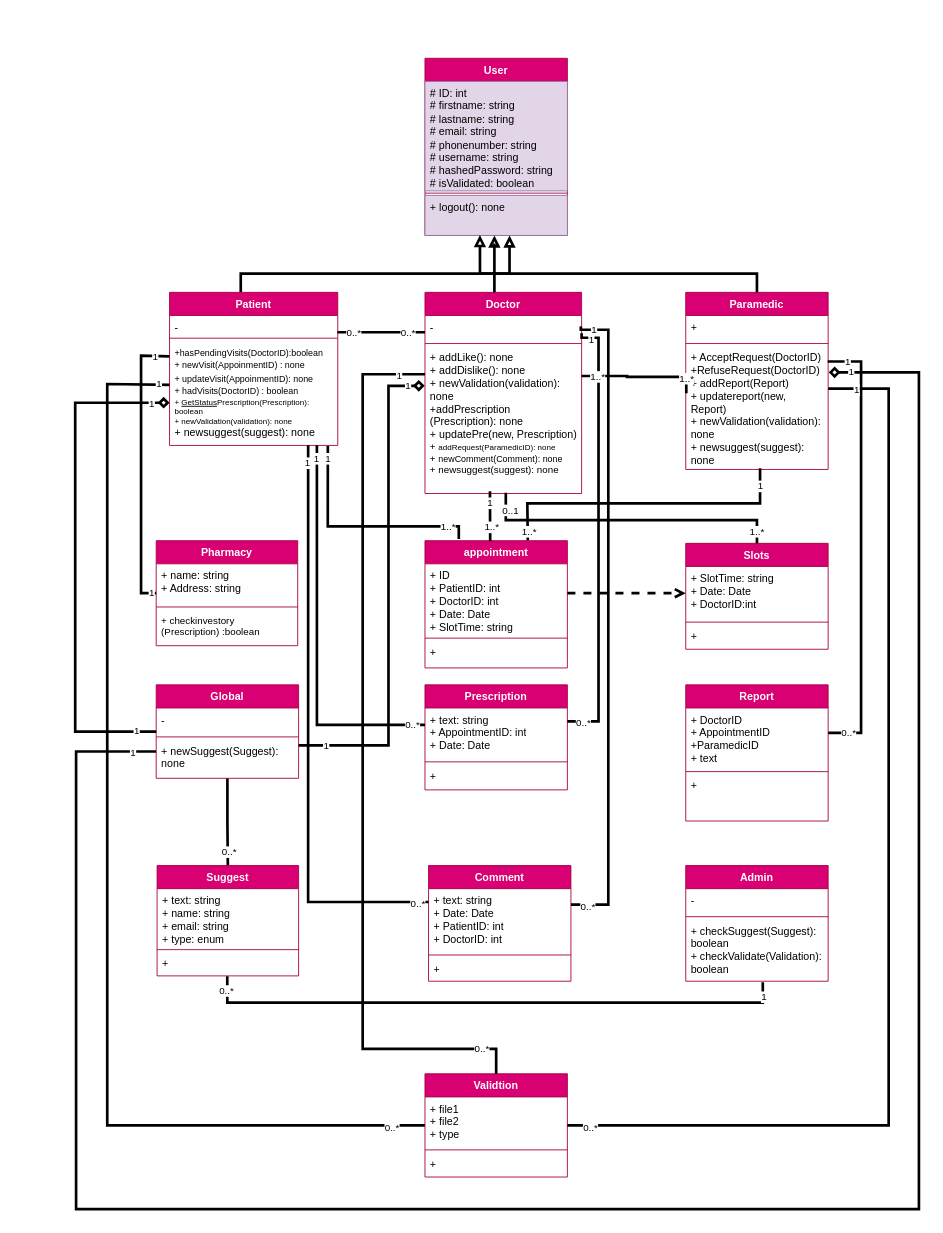
Above: Class Digram & CRC cards/Class Diagram.drawio in Matinrezaei/Software-Lab (draw.io), before the change. Source tidied: cells renumbered, new cells numbered last; positions are measured from the earlier drawing's top-left corner, leaving out a move shared by most shapes. Both pictures are drawn from the tidied source at 89%, with x=0, y=0 at pixel (75, 58).
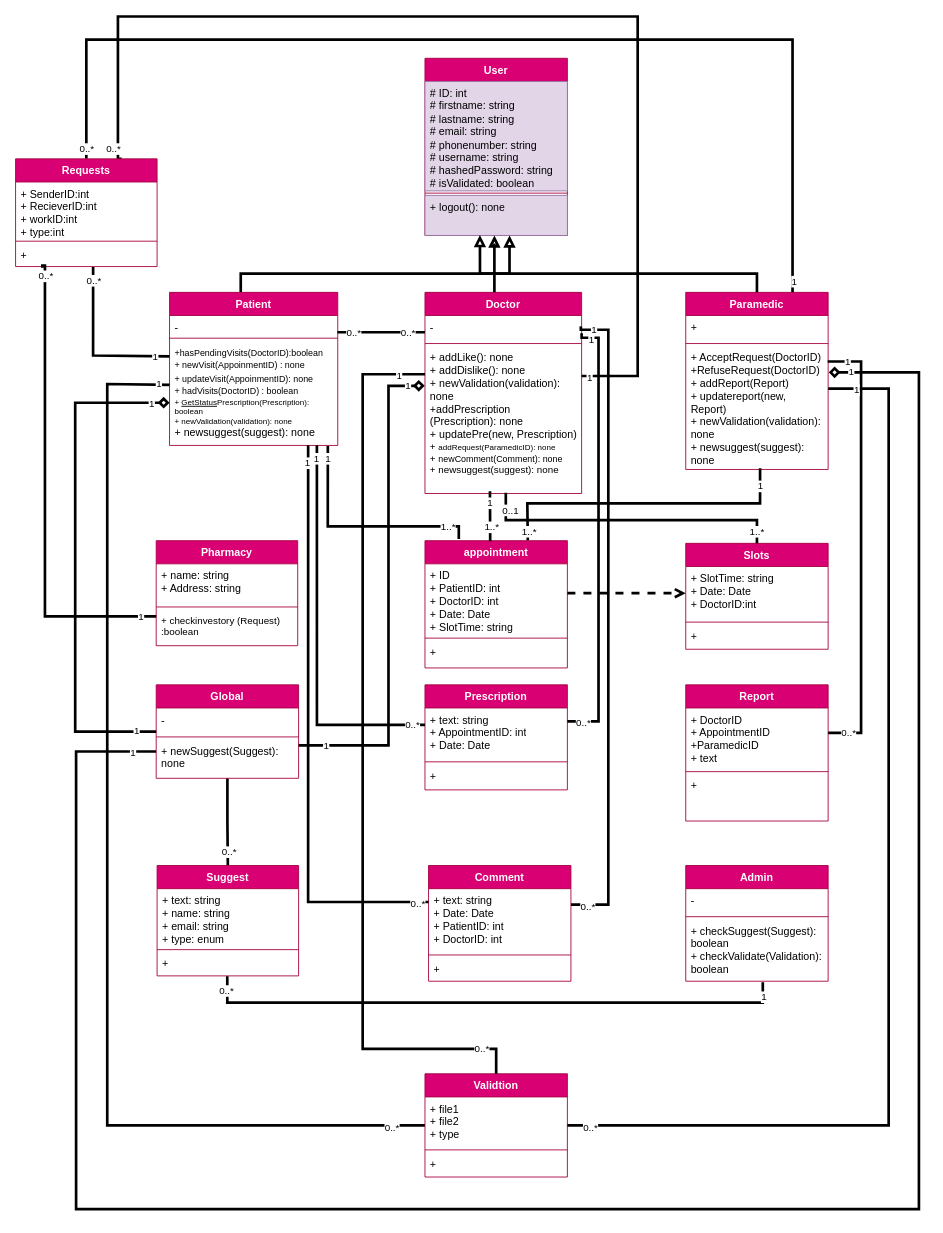
The same diagram, later.

Unchanged cells that the change refers to:
```xml
<mxCell id="11" value="Paramedic" style="swimlane;fontStyle=1;align=center;verticalAlign=top;horizontal=1;startSize=26;whiteSpace=wrap;html=1;fillColor=#d80073;fontColor=#ffffff;strokeColor=#A50040;" parent="1" vertex="1">
  <mxGeometry x="686" y="263" width="160" height="199" as="geometry" />
</mxCell>
<mxCell id="14" value="&lt;div&gt;+ AcceptRequest(DoctorID)&lt;/div&gt;&lt;div&gt;+RefuseRequest(DoctorID)&lt;/div&gt;&lt;div&gt;+ addReport(Report)&lt;br&gt;&lt;/div&gt;&lt;div&gt;+ updatereport(new, Report)&lt;/div&gt;&lt;div&gt;+ newValidation(validation): none&lt;/div&gt;&lt;div&gt;+ newsuggest(suggest): none&lt;/div&gt;" style="text;strokeColor=none;fillColor=none;align=left;verticalAlign=top;spacingLeft=4;spacingRight=4;overflow=hidden;points=[[0,0.5],[1,0.5]];portConstraint=eastwest;whiteSpace=wrap;html=1;" parent="11" vertex="1">
  <mxGeometry y="60" width="160" height="139" as="geometry" />
</mxCell>
<mxCell id="15" value="Doctor" style="swimlane;fontStyle=1;align=center;verticalAlign=top;horizontal=1;startSize=26;whiteSpace=wrap;html=1;fillColor=#d80073;fontColor=#ffffff;strokeColor=#A50040;" parent="1" vertex="1">
  <mxGeometry x="393" y="263" width="176" height="226" as="geometry" />
</mxCell>
<mxCell id="54" value="Pharmacy" style="swimlane;fontStyle=1;align=center;verticalAlign=top;horizontal=1;startSize=26;whiteSpace=wrap;html=1;fillColor=#d80073;fontColor=#ffffff;strokeColor=#A50040;" parent="1" vertex="1">
  <mxGeometry x="91" y="542" width="159" height="118" as="geometry" />
</mxCell>
```

Change to the diagram source:
```diff
@@
-    <mxCell id="57" value="&lt;div style=&quot;font-size: 11px;&quot;&gt;+ &lt;font style=&quot;font-size: 11px;&quot;&gt;checkinvestory (Prescription) :boolean&lt;/font&gt;&lt;br&gt;&lt;/div&gt;" style="text;strokeColor=none;fillColor=none;align=left;verticalAlign=top;spacingLeft=4;spacingRight=4;overflow=hidden;whiteSpace=wrap;html=1;" parent="54" vertex="1">
+    <mxCell id="57" value="&lt;div style=&quot;font-size: 11px;&quot;&gt;+ &lt;font style=&quot;font-size: 11px;&quot;&gt;checkinvestory (Request) :boolean&lt;/font&gt;&lt;br&gt;&lt;/div&gt;" style="text;strokeColor=none;fillColor=none;align=left;verticalAlign=top;spacingLeft=4;spacingRight=4;overflow=hidden;whiteSpace=wrap;html=1;" parent="54" vertex="1">
       <mxGeometry y="77" width="159" height="41" as="geometry" />
     </mxCell>
@@
-    <mxCell id="66" style="edgeStyle=orthogonalEdgeStyle;rounded=0;jettySize=auto;html=1;entryX=0.004;entryY=0.383;entryDx=0;entryDy=0;entryPerimeter=0;endArrow=none;endFill=0;strokeWidth=3;" parent="1" edge="1" source="15" target="14">
+    <mxCell id="66" style="edgeStyle=orthogonalEdgeStyle;rounded=0;jettySize=auto;html=1;endArrow=none;endFill=0;strokeWidth=3;entryX=0.75;entryY=0;entryDx=0;entryDy=0;" parent="1" edge="1" source="15" target="124">
       <mxGeometry relative="1" as="geometry">
         <Array as="points">
-          <mxPoint x="620" y="357" />
-          <mxPoint x="687" y="358" />
+          <mxPoint x="632" y="357" />
+          <mxPoint x="632" y="-47" />
+          <mxPoint x="48" y="-47" />
+          <mxPoint x="48" y="113" />
         </Array>
       </mxGeometry>
     </mxCell>
-    <mxCell id="67" value="1..*" style="edgeLabel;html=1;align=center;verticalAlign=middle;" parent="66" vertex="1">
+    <mxCell id="67" value="1" style="edgeLabel;html=1;align=center;verticalAlign=middle;" parent="66" vertex="1">
       <mxGeometry x="-0.68" relative="1" as="geometry">
-        <mxPoint x="-5" as="offset" />
+        <mxPoint x="-55" y="132" as="offset" />
       </mxGeometry>
     </mxCell>
-    <mxCell id="68" value="1..*" style="edgeLabel;html=1;align=center;verticalAlign=middle;" parent="66" vertex="1">
-      <mxGeometry x="0.73" y="-1" relative="1" as="geometry" />
+    <mxCell id="68" value="0..*" style="edgeLabel;html=1;align=center;verticalAlign=middle;" parent="66" vertex="1">
+      <mxGeometry x="0.73" y="-1" relative="1" as="geometry">
+        <mxPoint x="-5" y="148" as="offset" />
+      </mxGeometry>
     </mxCell>
@@
-    <mxCell id="89" style="edgeStyle=orthogonalEdgeStyle;rounded=0;jettySize=auto;html=1;strokeWidth=3;endArrow=none;endFill=0;" parent="1" edge="1" source="54">
+    <mxCell id="89" style="edgeStyle=orthogonalEdgeStyle;rounded=0;jettySize=auto;html=1;strokeWidth=3;endArrow=none;endFill=0;exitX=0.548;exitY=1.024;exitDx=0;exitDy=0;exitPerimeter=0;" parent="1" edge="1" source="127">
       <mxGeometry relative="1" as="geometry">
         <mxPoint x="106" y="335" as="targetPoint" />
         <Array as="points">
-          <mxPoint x="74" y="601" />
-          <mxPoint x="74" y="334" />
+          <mxPoint x="20" y="334" />
+          <mxPoint x="106" y="334" />
         </Array>
       </mxGeometry>
     </mxCell>
     <mxCell id="90" value="1" style="edgeLabel;html=1;align=center;verticalAlign=middle;" parent="89" vertex="1">
-      <mxGeometry x="0.9" relative="1" as="geometry" />
+      <mxGeometry x="0.9" relative="1" as="geometry">
+        <mxPoint x="-7" as="offset" />
+      </mxGeometry>
     </mxCell>
-    <mxCell id="91" value="1" style="edgeLabel;html=1;align=center;verticalAlign=middle;" parent="89" vertex="1">
-      <mxGeometry x="-0.96" y="-1" relative="1" as="geometry" />
+    <mxCell id="91" value="0..*" style="edgeLabel;html=1;align=center;verticalAlign=middle;" parent="89" vertex="1">
+      <mxGeometry x="-0.96" y="-1" relative="1" as="geometry">
+        <mxPoint x="1" y="11" as="offset" />
+      </mxGeometry>
     </mxCell>
@@
+    <mxCell id="121" style="edgeStyle=orthogonalEdgeStyle;rounded=0;jettySize=auto;html=1;entryX=0.75;entryY=0;entryDx=0;entryDy=0;strokeWidth=3;endArrow=none;endFill=0;" parent="1" edge="1" source="124" target="11">
+      <mxGeometry relative="1" as="geometry">
+        <Array as="points">
+          <mxPoint x="13" y="-21" />
+          <mxPoint x="806" y="-21" />
+        </Array>
+      </mxGeometry>
+    </mxCell>
+    <mxCell id="122" value="0..*" style="edgeLabel;html=1;align=center;verticalAlign=middle;" parent="121" vertex="1">
+      <mxGeometry x="-0.98" y="1" relative="1" as="geometry">
+        <mxPoint x="1" as="offset" />
+      </mxGeometry>
+    </mxCell>
+    <mxCell id="123" value="1" style="edgeLabel;html=1;align=center;verticalAlign=middle;" parent="121" vertex="1">
+      <mxGeometry x="0.98" y="1" relative="1" as="geometry" />
+    </mxCell>
+    <mxCell id="124" value="Requests" style="swimlane;fontStyle=1;align=center;verticalAlign=top;horizontal=1;startSize=26;whiteSpace=wrap;html=1;fillColor=#d80073;fontColor=#ffffff;strokeColor=#A50040;" parent="1" vertex="1">
+      <mxGeometry x="-67" y="113" width="159" height="121" as="geometry" />
+    </mxCell>
+    <mxCell id="125" value="&lt;div&gt;+ SenderID:int&lt;/div&gt;&lt;div&gt;+ RecieverID:int&lt;br&gt;&lt;/div&gt;&lt;div&gt;+ workID:int&lt;br&gt;&lt;/div&gt;+ type:int" style="text;strokeColor=none;fillColor=none;align=left;verticalAlign=top;spacingLeft=4;spacingRight=4;overflow=hidden;whiteSpace=wrap;html=1;" parent="124" vertex="1">
+      <mxGeometry y="26" width="159" height="64" as="geometry" />
+    </mxCell>
+    <mxCell id="126" style="line;strokeWidth=1;fillColor=none;align=left;verticalAlign=middle;spacingTop=-1;spacingLeft=3;spacingRight=3;labelPosition=right;strokeColor=inherit;" parent="124" vertex="1">
+      <mxGeometry y="90" width="159" height="5" as="geometry" />
+    </mxCell>
+    <mxCell id="127" value="+" style="text;strokeColor=none;fillColor=none;align=left;verticalAlign=top;spacingLeft=4;spacingRight=4;overflow=hidden;points=[[0,0.5],[1,0.5]];portConstraint=eastwest;whiteSpace=wrap;html=1;" parent="124" vertex="1">
+      <mxGeometry y="95" width="159" height="26" as="geometry" />
+    </mxCell>
+    <mxCell id="128" style="edgeStyle=orthogonalEdgeStyle;rounded=0;jettySize=auto;html=1;entryX=0.189;entryY=1.049;entryDx=0;entryDy=0;entryPerimeter=0;strokeWidth=3;endArrow=none;endFill=0;" parent="1" edge="1" source="54" target="127">
+      <mxGeometry relative="1" as="geometry">
+        <Array as="points">
+          <mxPoint x="-34" y="627" />
+          <mxPoint x="-34" y="233" />
+        </Array>
+      </mxGeometry>
+    </mxCell>
+    <mxCell id="129" value="0..*" style="edgeLabel;html=1;align=center;verticalAlign=middle;" parent="128" vertex="1">
+      <mxGeometry x="0.94" relative="1" as="geometry" />
+    </mxCell>
+    <mxCell id="130" value="1" style="edgeLabel;html=1;align=center;verticalAlign=middle;" parent="128" vertex="1">
+      <mxGeometry x="-0.93" relative="1" as="geometry" />
+    </mxCell>
```
